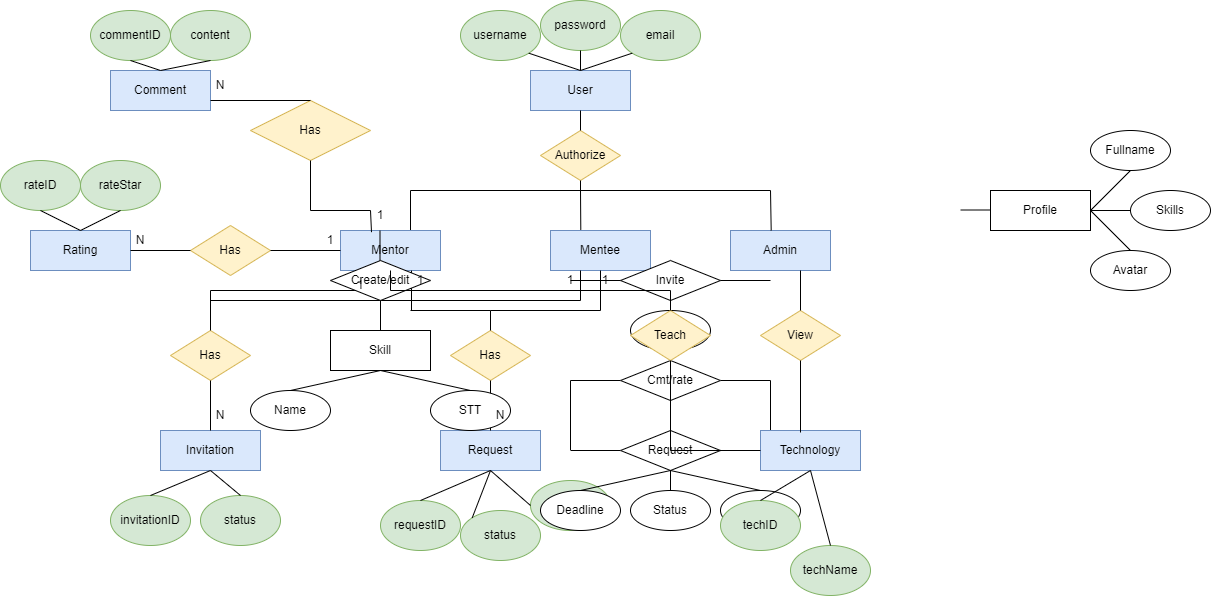
This is demoERD.drawio.png from dungdt23/SWP391_Document, a draw.io export, as it was before one commit. Source tidied: cells renumbered, new cells last; positions are measured from the earlier drawing's top-left corner, leaving out a move shared by most shapes.
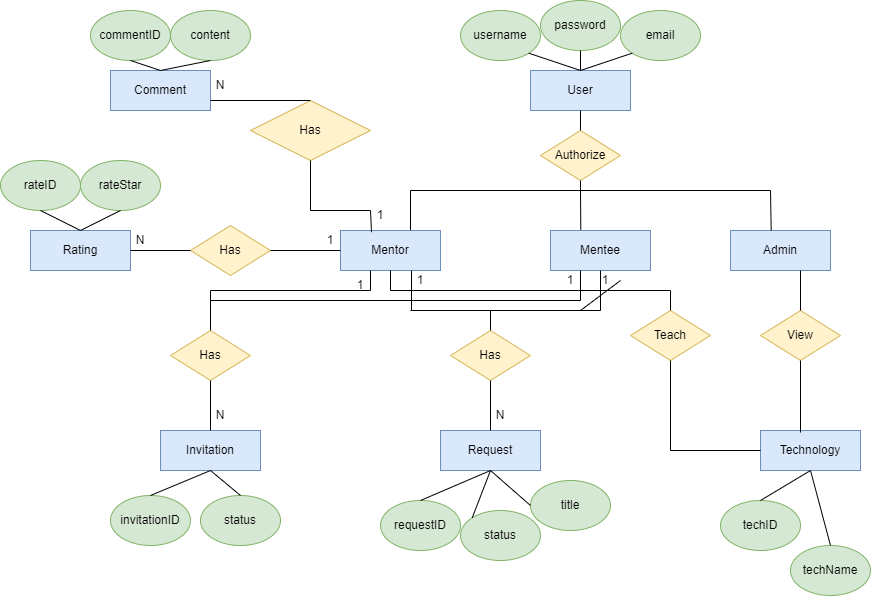
Later version of the same file.

Change to the diagram source:
```diff
@@ -81,302 +81,148 @@
     </mxCell>
     <mxCell id="24" style="endArrow=none;html=1;rounded=0;" parent="1" edge="1">
       <mxGeometry relative="1" as="geometry">
-        <mxPoint x="570" y="280" as="sourcePoint" />
-        <mxPoint x="630" y="280" as="targetPoint" />
+        <mxPoint x="580" y="310" as="sourcePoint" />
+        <mxPoint x="620" y="280" as="targetPoint" />
       </mxGeometry>
     </mxCell>
     <mxCell id="25" style="endArrow=none;html=1;rounded=0;exitX=0.5;exitY=0;exitDx=0;exitDy=0;entryX=0.5;entryY=1;entryDx=0;entryDy=0;" parent="1" edge="1" source="20" target="19">
       <mxGeometry relative="1" as="geometry" />
     </mxCell>
-    <mxCell id="26" style="endArrow=none;html=1;rounded=0;" parent="1" edge="1">
-      <mxGeometry relative="1" as="geometry">
-        <mxPoint x="770" y="280" as="sourcePoint" />
-        <mxPoint x="710" y="280" as="targetPoint" />
-      </mxGeometry>
-    </mxCell>
     <mxCell id="27" style="endArrow=none;html=1;rounded=0;entryX=0.5;entryY=1;entryDx=0;entryDy=0;exitX=0;exitY=0;exitDx=0;exitDy=0;" parent="1" edge="1" source="21" target="19">
       <mxGeometry relative="1" as="geometry" />
     </mxCell>
-    <mxCell id="28" value="Invite" style="shape=rhombus;perimeter=rhombusPerimeter;whiteSpace=wrap;html=1;align=center;" parent="1" vertex="1">
-      <mxGeometry x="620" y="260" width="100" height="40" as="geometry" />
-    </mxCell>
     <mxCell id="29" style="endArrow=none;html=1;rounded=0;entryX=0.5;entryY=1;entryDx=0;entryDy=0;" parent="1" edge="1" target="15">
       <mxGeometry relative="1" as="geometry">
         <mxPoint x="600" y="310" as="sourcePoint" />
       </mxGeometry>
     </mxCell>
-    <mxCell id="30" style="endArrow=none;html=1;rounded=0;" parent="1" edge="1">
-      <mxGeometry relative="1" as="geometry">
-        <mxPoint x="570" y="450" as="sourcePoint" />
-        <mxPoint x="620" y="450" as="targetPoint" />
-      </mxGeometry>
-    </mxCell>
     <mxCell id="31" style="endArrow=none;html=1;rounded=0;" parent="1" edge="1">
       <mxGeometry relative="1" as="geometry">
         <mxPoint x="490" y="310" as="sourcePoint" />
         <mxPoint x="600" y="310" as="targetPoint" />
       </mxGeometry>
     </mxCell>
-    <mxCell id="32" style="endArrow=none;html=1;rounded=0;" parent="1" edge="1">
-      <mxGeometry relative="1" as="geometry">
-        <mxPoint x="770" y="450" as="sourcePoint" />
-        <mxPoint x="720" y="450" as="targetPoint" />
-      </mxGeometry>
-    </mxCell>
     <mxCell id="33" style="endArrow=none;html=1;rounded=0;entryX=0.71;entryY=1.002;entryDx=0;entryDy=0;entryPerimeter=0;" parent="1" edge="1" target="14">
       <mxGeometry relative="1" as="geometry">
         <mxPoint x="411" y="310" as="sourcePoint" />
       </mxGeometry>
     </mxCell>
-    <mxCell id="34" value="Request" style="shape=rhombus;perimeter=rhombusPerimeter;whiteSpace=wrap;html=1;align=center;" parent="1" vertex="1">
-      <mxGeometry x="620" y="430" width="100" height="40" as="geometry" />
-    </mxCell>
     <mxCell id="35" style="endArrow=none;html=1;rounded=0;" parent="1" edge="1">
       <mxGeometry relative="1" as="geometry">
         <mxPoint x="410" y="310" as="sourcePoint" />
         <mxPoint x="490" y="310" as="targetPoint" />
       </mxGeometry>
     </mxCell>
-    <mxCell id="36" style="endArrow=none;html=1;rounded=0;entryX=0;entryY=0.5;entryDx=0;entryDy=0;" parent="1" edge="1">
-      <mxGeometry relative="1" as="geometry">
-        <mxPoint x="670" y="310" as="sourcePoint" />
-        <mxPoint x="670" y="300" as="targetPoint" />
-      </mxGeometry>
-    </mxCell>
     <mxCell id="37" style="endArrow=none;html=1;rounded=0;entryX=0.5;entryY=1;entryDx=0;entryDy=0;exitX=0.5;exitY=0;exitDx=0;exitDy=0;" parent="1" edge="1" source="19" target="23">
       <mxGeometry relative="1" as="geometry" />
     </mxCell>
-    <mxCell id="38" value="Status" style="ellipse;whiteSpace=wrap;html=1;align=center;" parent="1" vertex="1">
-      <mxGeometry x="630" y="310" width="80" height="40" as="geometry" />
-    </mxCell>
     <mxCell id="39" style="endArrow=none;html=1;rounded=0;exitX=0.5;exitY=0;exitDx=0;exitDy=0;" parent="1" edge="1" source="23">
       <mxGeometry relative="1" as="geometry">
         <mxPoint x="490" y="310" as="targetPoint" />
       </mxGeometry>
     </mxCell>
-    <mxCell id="40" style="endArrow=none;html=1;rounded=0;entryX=1;entryY=0.5;entryDx=0;entryDy=0;" parent="1" edge="1">
-      <mxGeometry relative="1" as="geometry">
-        <mxPoint x="670" y="490" as="sourcePoint" />
-        <mxPoint x="670" y="470" as="targetPoint" />
-      </mxGeometry>
-    </mxCell>
     <mxCell id="41" value="Invitation" style="whiteSpace=wrap;html=1;align=center;fillColor=#dae8fc;strokeColor=#6c8ebf;" parent="1" vertex="1">
       <mxGeometry x="160" y="430" width="100" height="40" as="geometry" />
     </mxCell>
-    <mxCell id="42" value="Status" style="ellipse;whiteSpace=wrap;html=1;align=center;" parent="1" vertex="1">
-      <mxGeometry x="630" y="490" width="80" height="40" as="geometry" />
-    </mxCell>
     <mxCell id="43" value="title" style="ellipse;whiteSpace=wrap;html=1;align=center;fillColor=#d5e8d4;strokeColor=#82b366;" parent="1" vertex="1">
       <mxGeometry x="530" y="480" width="80" height="50" as="geometry" />
     </mxCell>
-    <mxCell id="44" style="endArrow=none;html=1;rounded=0;entryX=0.5;entryY=1;entryDx=0;entryDy=0;" parent="1" edge="1" target="34">
-      <mxGeometry relative="1" as="geometry">
-        <mxPoint x="760" y="490" as="sourcePoint" />
-      </mxGeometry>
-    </mxCell>
     <mxCell id="45" style="endArrow=none;html=1;rounded=0;exitX=0.5;exitY=1;exitDx=0;exitDy=0;entryX=0;entryY=0.5;entryDx=0;entryDy=0;" parent="1" edge="1" source="19" target="43">
       <mxGeometry relative="1" as="geometry" />
     </mxCell>
-    <mxCell id="46" value="Title" style="ellipse;whiteSpace=wrap;html=1;align=center;" parent="1" vertex="1">
-      <mxGeometry x="720" y="490" width="80" height="40" as="geometry" />
-    </mxCell>
     <mxCell id="47" value="invitationID" style="ellipse;whiteSpace=wrap;html=1;align=center;fillColor=#d5e8d4;strokeColor=#82b366;" parent="1" vertex="1">
       <mxGeometry x="110" y="495" width="80" height="50" as="geometry" />
     </mxCell>
-    <mxCell id="48" style="endArrow=none;html=1;rounded=0;entryX=0.5;entryY=1;entryDx=0;entryDy=0;" parent="1" edge="1" target="34">
-      <mxGeometry relative="1" as="geometry">
-        <mxPoint x="580" y="490" as="sourcePoint" />
-      </mxGeometry>
-    </mxCell>
     <mxCell id="49" value="status" style="ellipse;whiteSpace=wrap;html=1;align=center;fillColor=#d5e8d4;strokeColor=#82b366;" parent="1" vertex="1">
       <mxGeometry x="200" y="495" width="80" height="50" as="geometry" />
     </mxCell>
-    <mxCell id="50" value="Deadline" style="ellipse;whiteSpace=wrap;html=1;align=center;" parent="1" vertex="1">
-      <mxGeometry x="540" y="490" width="80" height="40" as="geometry" />
-    </mxCell>
     <mxCell id="51" style="endArrow=none;html=1;rounded=0;exitX=0.5;exitY=1;exitDx=0;exitDy=0;entryX=0.5;entryY=0;entryDx=0;entryDy=0;" parent="1" edge="1" source="41" target="47">
       <mxGeometry relative="1" as="geometry" />
     </mxCell>
-    <mxCell id="52" style="endArrow=none;html=1;rounded=0;exitX=0;exitY=0.5;exitDx=0;exitDy=0;entryX=1;entryY=0.5;entryDx=0;entryDy=0;" parent="1" edge="1" source="x">
-      <mxGeometry relative="1" as="geometry">
-        <mxPoint x="830" y="210" as="targetPoint" />
-      </mxGeometry>
-    </mxCell>
     <mxCell id="53" style="endArrow=none;html=1;rounded=0;entryX=0.5;entryY=1;entryDx=0;entryDy=0;exitX=0.5;exitY=0;exitDx=0;exitDy=0;" parent="1" edge="1" source="49" target="41">
       <mxGeometry relative="1" as="geometry" />
     </mxCell>
-    <mxCell id="54" value="Profile" style="whiteSpace=wrap;html=1;align=center;" parent="1" vertex="1">
-      <mxGeometry x="990" y="190" width="100" height="40" as="geometry" />
-    </mxCell>
     <mxCell id="55" style="endArrow=none;html=1;rounded=0;exitX=0.5;exitY=0;exitDx=0;exitDy=0;entryX=0.5;entryY=1;entryDx=0;entryDy=0;" parent="1" edge="1" source="41" target="22">
       <mxGeometry relative="1" as="geometry" />
     </mxCell>
-    <mxCell id="56" style="endArrow=none;html=1;rounded=0;exitX=0;exitY=0.5;exitDx=0;exitDy=0;entryX=1;entryY=0.5;entryDx=0;entryDy=0;" parent="1" edge="1">
-      <mxGeometry relative="1" as="geometry">
-        <mxPoint x="990" y="209.5" as="sourcePoint" />
-        <mxPoint x="960" y="209.5" as="targetPoint" />
-      </mxGeometry>
-    </mxCell>
     <mxCell id="57" style="endArrow=none;html=1;rounded=0;" parent="1" edge="1">
       <mxGeometry relative="1" as="geometry">
         <mxPoint x="580" y="300" as="sourcePoint" />
         <mxPoint x="580" y="270" as="targetPoint" />
       </mxGeometry>
     </mxCell>
-    <mxCell id="58" style="endArrow=none;html=1;rounded=0;entryX=0.5;entryY=1;entryDx=0;entryDy=0;exitX=0.5;exitY=0;exitDx=0;exitDy=0;" parent="1" edge="1" source="60">
-      <mxGeometry relative="1" as="geometry">
-        <mxPoint x="1090" y="210" as="targetPoint" />
-      </mxGeometry>
-    </mxCell>
     <mxCell id="59" style="endArrow=none;html=1;rounded=0;" parent="1" edge="1">
       <mxGeometry relative="1" as="geometry">
         <mxPoint x="370" y="290" as="sourcePoint" />
         <mxPoint x="370" y="270" as="targetPoint" />
       </mxGeometry>
     </mxCell>
-    <mxCell id="60" value="Avatar" style="ellipse;whiteSpace=wrap;html=1;align=center;" parent="1" vertex="1">
-      <mxGeometry x="1090" y="250" width="80" height="40" as="geometry" />
-    </mxCell>
     <mxCell id="61" style="endArrow=none;html=1;rounded=0;" parent="1" edge="1">
       <mxGeometry relative="1" as="geometry">
         <mxPoint x="210" y="290" as="sourcePoint" />
         <mxPoint x="370" y="290" as="targetPoint" />
       </mxGeometry>
     </mxCell>
-    <mxCell id="62" style="endArrow=none;html=1;rounded=0;entryX=1;entryY=0.5;entryDx=0;entryDy=0;" parent="1" edge="1" source="64" target="54">
-      <mxGeometry relative="1" as="geometry" />
-    </mxCell>
     <mxCell id="63" style="endArrow=none;html=1;rounded=0;" parent="1" edge="1">
       <mxGeometry relative="1" as="geometry">
         <mxPoint x="210" y="300" as="sourcePoint" />
         <mxPoint x="580" y="300" as="targetPoint" />
       </mxGeometry>
     </mxCell>
-    <mxCell id="64" value="Skills" style="ellipse;whiteSpace=wrap;html=1;align=center;" parent="1" vertex="1">
-      <mxGeometry x="1130" y="190" width="80" height="40" as="geometry" />
-    </mxCell>
     <mxCell id="65" style="endArrow=none;html=1;rounded=0;exitX=0.5;exitY=0;exitDx=0;exitDy=0;" parent="1" edge="1" source="22">
       <mxGeometry relative="1" as="geometry">
         <mxPoint x="210" y="290" as="targetPoint" />
       </mxGeometry>
     </mxCell>
-    <mxCell id="66" style="endArrow=none;html=1;rounded=0;entryX=1;entryY=0.5;entryDx=0;entryDy=0;exitX=0.5;exitY=1;exitDx=0;exitDy=0;" parent="1" edge="1" source="68" target="54">
-      <mxGeometry relative="1" as="geometry" />
-    </mxCell>
     <mxCell id="67" value="Comment" style="whiteSpace=wrap;html=1;align=center;fillColor=#dae8fc;strokeColor=#6c8ebf;" parent="1" vertex="1">
       <mxGeometry x="110" y="70" width="100" height="40" as="geometry" />
     </mxCell>
-    <mxCell id="68" value="Fullname" style="ellipse;whiteSpace=wrap;html=1;align=center;" parent="1" vertex="1">
-      <mxGeometry x="1090" y="130" width="80" height="40" as="geometry" />
-    </mxCell>
     <mxCell id="69" value="commentID" style="ellipse;whiteSpace=wrap;html=1;align=center;fillColor=#d5e8d4;strokeColor=#82b366;" parent="1" vertex="1">
       <mxGeometry x="90" y="10" width="80" height="50" as="geometry" />
     </mxCell>
-    <mxCell id="70" style="endArrow=none;html=1;rounded=0;entryX=0;entryY=0.5;entryDx=0;entryDy=0;" parent="1" edge="1">
-      <mxGeometry relative="1" as="geometry">
-        <mxPoint x="379.5" y="270" as="sourcePoint" />
-        <mxPoint x="379.5" y="230" as="targetPoint" />
-      </mxGeometry>
-    </mxCell>
     <mxCell id="71" value="content" style="ellipse;whiteSpace=wrap;html=1;align=center;fillColor=#d5e8d4;strokeColor=#82b366;" parent="1" vertex="1">
       <mxGeometry x="170" y="10" width="80" height="50" as="geometry" />
     </mxCell>
-    <mxCell id="72" value="Create/edit" style="shape=rhombus;perimeter=rhombusPerimeter;whiteSpace=wrap;html=1;align=center;" parent="1" vertex="1">
-      <mxGeometry x="330" y="260" width="100" height="40" as="geometry" />
-    </mxCell>
     <mxCell id="73" style="endArrow=none;html=1;rounded=0;entryX=0.5;entryY=1;entryDx=0;entryDy=0;exitX=0.5;exitY=0;exitDx=0;exitDy=0;" parent="1" edge="1" source="67" target="69">
       <mxGeometry relative="1" as="geometry" />
     </mxCell>
-    <mxCell id="74" value="Skill" style="whiteSpace=wrap;html=1;align=center;" parent="1" vertex="1">
-      <mxGeometry x="330" y="330" width="100" height="40" as="geometry" />
-    </mxCell>
     <mxCell id="75" style="endArrow=none;html=1;rounded=0;entryX=0.5;entryY=0;entryDx=0;entryDy=0;exitX=0.5;exitY=1;exitDx=0;exitDy=0;" parent="1" edge="1" source="71" target="67">
       <mxGeometry relative="1" as="geometry" />
     </mxCell>
-    <mxCell id="76" style="endArrow=none;html=1;rounded=0;exitX=0.5;exitY=0;exitDx=0;exitDy=0;entryX=1;entryY=0.5;entryDx=0;entryDy=0;" parent="1" edge="1" source="74">
-      <mxGeometry relative="1" as="geometry">
-        <mxPoint x="380" y="300" as="targetPoint" />
-      </mxGeometry>
-    </mxCell>
     <mxCell id="77" style="endArrow=none;html=1;rounded=0;" parent="1" edge="1">
       <mxGeometry relative="1" as="geometry">
         <mxPoint x="310" y="210" as="sourcePoint" />
         <mxPoint x="370" y="210" as="targetPoint" />
       </mxGeometry>
     </mxCell>
-    <mxCell id="78" style="endArrow=none;html=1;rounded=0;entryX=0.5;entryY=1;entryDx=0;entryDy=0;" parent="1" edge="1">
-      <mxGeometry relative="1" as="geometry">
-        <mxPoint x="470" y="390" as="sourcePoint" />
-        <mxPoint x="380" y="370" as="targetPoint" />
-      </mxGeometry>
-    </mxCell>
     <mxCell id="79" value="Has" style="shape=rhombus;perimeter=rhombusPerimeter;whiteSpace=wrap;html=1;align=center;fillColor=#fff2cc;strokeColor=#d6b656;" parent="1" vertex="1">
       <mxGeometry x="250" y="100" width="120" height="60" as="geometry" />
     </mxCell>
-    <mxCell id="80" value="STT" style="ellipse;whiteSpace=wrap;html=1;align=center;" parent="1" vertex="1">
-      <mxGeometry x="430" y="390" width="80" height="40" as="geometry" />
-    </mxCell>
     <mxCell id="81" style="endArrow=none;html=1;rounded=0;entryX=0.5;entryY=1;entryDx=0;entryDy=0;" parent="1" edge="1" target="79">
       <mxGeometry relative="1" as="geometry">
         <mxPoint x="310" y="210" as="sourcePoint" />
       </mxGeometry>
     </mxCell>
-    <mxCell id="82" style="endArrow=none;html=1;rounded=0;entryX=0.5;entryY=1;entryDx=0;entryDy=0;" parent="1" edge="1">
-      <mxGeometry relative="1" as="geometry">
-        <mxPoint x="290" y="390" as="sourcePoint" />
-        <mxPoint x="380" y="370" as="targetPoint" />
-      </mxGeometry>
-    </mxCell>
     <mxCell id="83" style="endArrow=none;html=1;rounded=0;exitX=0.31;exitY=0.042;exitDx=0;exitDy=0;exitPerimeter=0;" parent="1" edge="1" source="14">
       <mxGeometry relative="1" as="geometry">
         <mxPoint x="370" y="210" as="targetPoint" />
       </mxGeometry>
     </mxCell>
-    <mxCell id="84" value="Name" style="ellipse;whiteSpace=wrap;html=1;align=center;" parent="1" vertex="1">
-      <mxGeometry x="250" y="390" width="80" height="40" as="geometry" />
-    </mxCell>
     <mxCell id="85" style="endArrow=none;html=1;rounded=0;entryX=1;entryY=0.75;entryDx=0;entryDy=0;exitX=0.5;exitY=0;exitDx=0;exitDy=0;entryPerimeter=0;" parent="1" edge="1" source="79" target="67">
       <mxGeometry relative="1" as="geometry" />
     </mxCell>
-    <mxCell id="86" style="endArrow=none;html=1;rounded=0;" parent="1" edge="1">
-      <mxGeometry relative="1" as="geometry">
-        <mxPoint x="570" y="380" as="sourcePoint" />
-        <mxPoint x="620" y="380" as="targetPoint" />
-      </mxGeometry>
-    </mxCell>
     <mxCell id="87" value="Rating" style="whiteSpace=wrap;html=1;align=center;fillColor=#dae8fc;strokeColor=#6c8ebf;" parent="1" vertex="1">
       <mxGeometry x="30" y="230" width="100" height="40" as="geometry" />
     </mxCell>
-    <mxCell id="88" style="endArrow=none;html=1;rounded=0;" parent="1" edge="1">
-      <mxGeometry relative="1" as="geometry">
-        <mxPoint x="770" y="380" as="sourcePoint" />
-        <mxPoint x="720" y="380" as="targetPoint" />
-      </mxGeometry>
-    </mxCell>
     <mxCell id="89" value="rateID" style="ellipse;whiteSpace=wrap;html=1;align=center;fillColor=#d5e8d4;strokeColor=#82b366;" parent="1" vertex="1">
       <mxGeometry y="160" width="80" height="50" as="geometry" />
     </mxCell>
-    <mxCell id="90" value="Cmt/rate" style="shape=rhombus;perimeter=rhombusPerimeter;whiteSpace=wrap;html=1;align=center;" parent="1" vertex="1">
-      <mxGeometry x="620" y="360" width="100" height="40" as="geometry" />
-    </mxCell>
     <mxCell id="91" value="rateStar" style="ellipse;whiteSpace=wrap;html=1;align=center;fillColor=#d5e8d4;strokeColor=#82b366;" parent="1" vertex="1">
       <mxGeometry x="80" y="160" width="80" height="50" as="geometry" />
     </mxCell>
-    <mxCell id="92" style="endArrow=none;html=1;rounded=0;" parent="1" edge="1">
-      <mxGeometry relative="1" as="geometry">
-        <mxPoint x="570" y="380" as="sourcePoint" />
-        <mxPoint x="570" y="449.5" as="targetPoint" />
-      </mxGeometry>
-    </mxCell>
     <mxCell id="93" style="endArrow=none;html=1;rounded=0;entryX=0.5;entryY=1;entryDx=0;entryDy=0;exitX=0.5;exitY=0;exitDx=0;exitDy=0;" parent="1" edge="1" source="87" target="89">
       <mxGeometry relative="1" as="geometry" />
     </mxCell>
-    <mxCell id="94" style="endArrow=none;html=1;rounded=0;" parent="1" edge="1">
-      <mxGeometry relative="1" as="geometry">
-        <mxPoint x="770" y="449.5" as="sourcePoint" />
-        <mxPoint x="770" y="380" as="targetPoint" />
-      </mxGeometry>
-    </mxCell>
     <mxCell id="95" style="endArrow=none;html=1;rounded=0;entryX=0.5;entryY=1;entryDx=0;entryDy=0;exitX=0.5;exitY=0;exitDx=0;exitDy=0;" parent="1" edge="1" source="87" target="91">
       <mxGeometry relative="1" as="geometry" />
     </mxCell>
```
